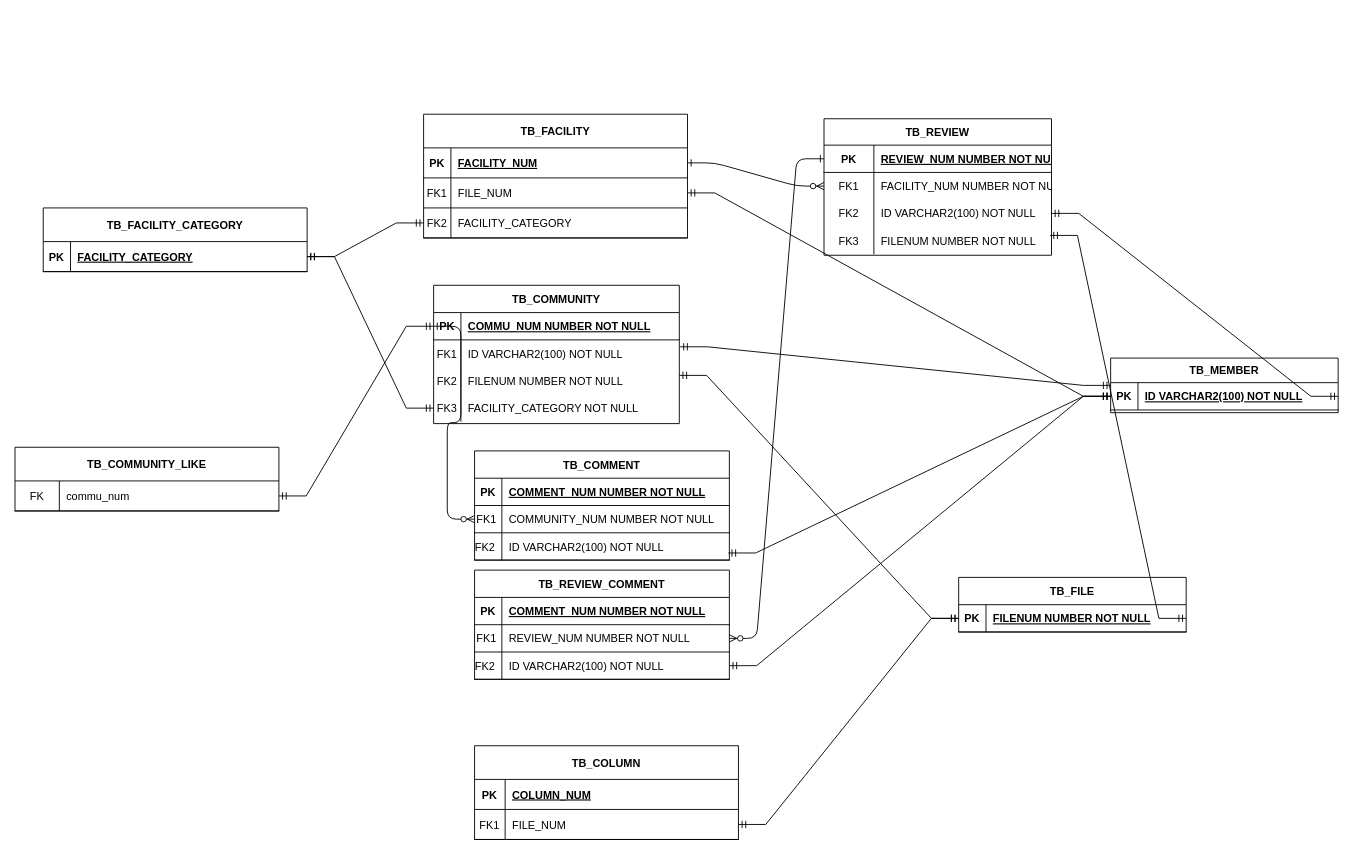
This is document/제목 없는 다이어그램.drawio from rimgosu/ProjectStudy, a draw.io file, before an edit. Source tidied: cells renumbered, new cells numbered last; positions are measured from the earlier drawing's top-left corner, leaving out a move shared by most shapes. Both pictures are drawn from the tidied source at 91%, with x=0, y=0 at pixel (15, 114).
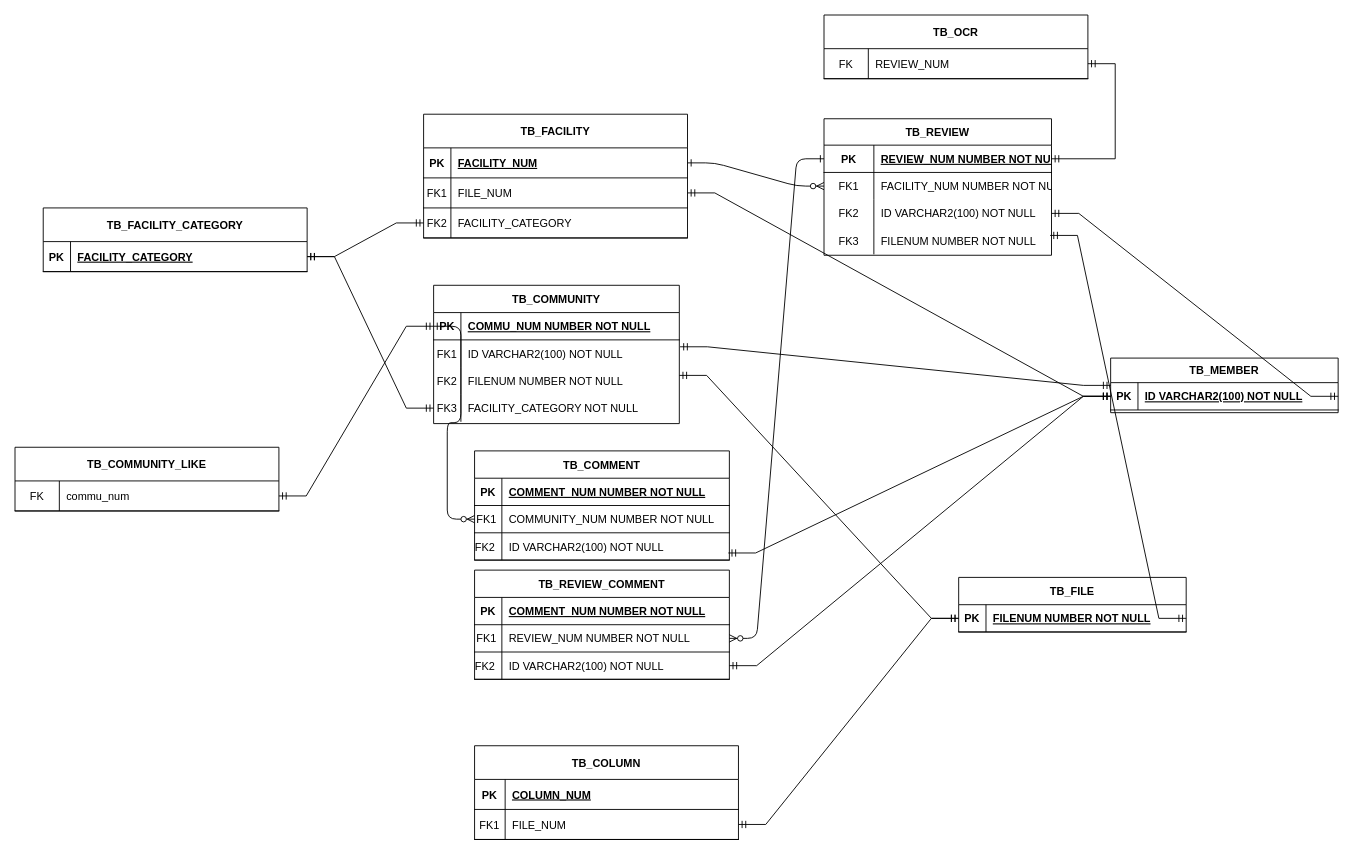
The same diagram, later.

Commit message:
제목 없는 다이어그램.drawio 업데이트

The change refers to these unchanged cells:
```xml
<mxCell id="4" style="shape=partialRectangle;fillColor=none;points=[[0,0.5],[1,0.5]];portConstraint=eastwest;top=0;left=0;right=0;bottom=1;" parent="3" vertex="1">
  <mxGeometry y="29" width="250" height="30" as="geometry" />
</mxCell>
```

The edit, as a diff of the source:
```diff
@@
+    <mxCell id="95" value="TB_OCR" style="shape=table;startSize=37;childLayout=tableLayout;rowLines=0;fontStyle=1;align=center;" parent="1" vertex="1">
+      <mxGeometry x="889" y="-109" width="290" height="70" as="geometry" />
+    </mxCell>
+    <mxCell id="96" style="shape=partialRectangle;fillColor=none;points=[[0,0.5],[1,0.5]];portConstraint=eastwest;top=0;left=0;right=0;bottom=1;" parent="95" vertex="1">
+      <mxGeometry y="37" width="290" height="33" as="geometry" />
+    </mxCell>
+    <mxCell id="97" value="FK" style="shape=partialRectangle;overflow=hidden;fillColor=none;top=0;left=0;bottom=0;right=0;fontStyle=0;" parent="96" vertex="1">
+      <mxGeometry width="48.7" height="33" as="geometry" />
+    </mxCell>
+    <mxCell id="98" value="REVIEW_NUM" style="shape=partialRectangle;overflow=hidden;fillColor=none;top=0;left=0;bottom=0;right=0;align=left;spacingLeft=6;fontStyle=0;strokeColor=inherit;" parent="96" vertex="1">
+      <mxGeometry x="48.7" width="241.3" height="33" as="geometry" />
+    </mxCell>
+    <mxCell id="99" style="edgeStyle=entityRelationEdgeStyle;fontSize=12;html=1;endArrow=ERmandOne;startArrow=ERmandOne;rounded=0;entryX=1;entryY=0.5;entryDx=0;entryDy=0;" parent="1" edge="1" source="96" target="4">
+      <mxGeometry relative="1" as="geometry">
+        <Array as="points">
+          <mxPoint x="1197" y="60" />
+        </Array>
+      </mxGeometry>
+    </mxCell>
```
